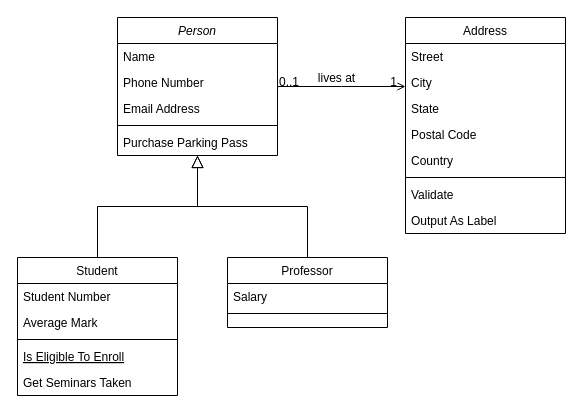
The draw.io diagram Projeto/Diagrama sem nome.drawio in gustavosilvamarques/S202-L1, before the edit. Source tidied: cells renumbered, new cells numbered last; positions are measured from the earlier drawing's top-left corner, leaving out a move shared by most shapes. Both pictures are drawn from the tidied source at 100%, with x=0, y=0 at pixel (17, 17).
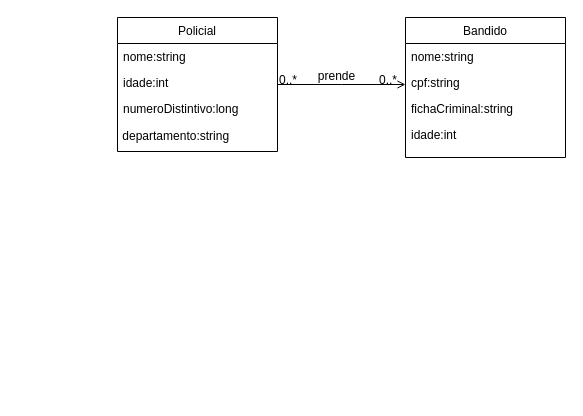
The same page after the edit.

Commit message:
Diagrama de Classes

Unchanged cells that the change refers to:
```xml
<mxCell id="28" style="endArrow=open;shadow=0;strokeWidth=1;rounded=0;endFill=1;edgeStyle=elbowEdgeStyle;elbow=vertical;" parent="1" edge="1" source="2" target="19">
  <mxGeometry x="0.5" y="41" relative="1" as="geometry">
    <mxPoint x="-40" y="32" as="offset" />
  </mxGeometry>
</mxCell>
```

Diff of the diagram source:
```diff
@@
-    <mxCell id="2" value="Person" style="swimlane;fontStyle=2;align=center;verticalAlign=top;horizontal=1;startSize=26;rounded=0;shadow=0;strokeWidth=1;" parent="1" vertex="1">
-      <mxGeometry x="100" width="160" height="138" as="geometry" />
+    <mxCell id="2" value="Policial" style="swimlane;fontStyle=0;align=center;verticalAlign=top;horizontal=1;startSize=26;rounded=0;shadow=0;strokeWidth=1;" parent="1" vertex="1">
+      <mxGeometry x="100" width="160" height="134" as="geometry" />
     </mxCell>
-    <mxCell id="3" value="Name" style="text;align=left;verticalAlign=top;spacingLeft=4;spacingRight=4;overflow=hidden;" parent="2" vertex="1">
+    <mxCell id="3" value="nome:string" style="text;align=left;verticalAlign=top;spacingLeft=4;spacingRight=4;overflow=hidden;" parent="2" vertex="1">
       <mxGeometry y="26" width="160" height="26" as="geometry" />
     </mxCell>
-    <mxCell id="4" value="Phone Number" style="text;align=left;verticalAlign=top;spacingLeft=4;spacingRight=4;overflow=hidden;rounded=0;shadow=0;html=0;" parent="2" vertex="1">
+    <mxCell id="4" value="idade:int" style="text;align=left;verticalAlign=top;spacingLeft=4;spacingRight=4;overflow=hidden;rounded=0;shadow=0;html=0;" parent="2" vertex="1">
       <mxGeometry y="52" width="160" height="26" as="geometry" />
     </mxCell>
-    <mxCell id="5" value="Email Address" style="text;align=left;verticalAlign=top;spacingLeft=4;spacingRight=4;overflow=hidden;rounded=0;shadow=0;html=0;" parent="2" vertex="1">
+    <mxCell id="5" value="numeroDistintivo:long" style="text;align=left;verticalAlign=top;spacingLeft=4;spacingRight=4;overflow=hidden;rounded=0;shadow=0;html=0;" parent="2" vertex="1">
       <mxGeometry y="78" width="160" height="26" as="geometry" />
     </mxCell>
-    <mxCell id="6" style="line;html=1;strokeWidth=1;align=left;verticalAlign=middle;spacingTop=-1;spacingLeft=3;spacingRight=3;labelPosition=right;" parent="2" vertex="1">
-      <mxGeometry y="104" width="160" height="8" as="geometry" />
-    </mxCell>
-    <mxCell id="7" value="Purchase Parking Pass" style="text;align=left;verticalAlign=top;spacingLeft=4;spacingRight=4;overflow=hidden;" parent="2" vertex="1">
-      <mxGeometry y="112" width="160" height="26" as="geometry" />
-    </mxCell>
-    <mxCell id="8" value="Student" style="swimlane;fontStyle=0;align=center;verticalAlign=top;horizontal=1;startSize=26;rounded=0;shadow=0;strokeWidth=1;" parent="1" vertex="1">
-      <mxGeometry y="240" width="160" height="138" as="geometry" />
-    </mxCell>
-    <mxCell id="9" value="Student Number" style="text;align=left;verticalAlign=top;spacingLeft=4;spacingRight=4;overflow=hidden;" parent="8" vertex="1">
-      <mxGeometry y="26" width="160" height="26" as="geometry" />
-    </mxCell>
-    <mxCell id="10" value="Average Mark" style="text;align=left;verticalAlign=top;spacingLeft=4;spacingRight=4;overflow=hidden;rounded=0;shadow=0;html=0;" parent="8" vertex="1">
-      <mxGeometry y="52" width="160" height="26" as="geometry" />
-    </mxCell>
-    <mxCell id="11" style="line;html=1;strokeWidth=1;align=left;verticalAlign=middle;spacingTop=-1;spacingLeft=3;spacingRight=3;labelPosition=right;" parent="8" vertex="1">
-      <mxGeometry y="78" width="160" height="8" as="geometry" />
-    </mxCell>
-    <mxCell id="12" value="Is Eligible To Enroll" style="text;align=left;verticalAlign=top;spacingLeft=4;spacingRight=4;overflow=hidden;fontStyle=4;" parent="8" vertex="1">
-      <mxGeometry y="86" width="160" height="26" as="geometry" />
-    </mxCell>
-    <mxCell id="13" value="Get Seminars Taken" style="text;align=left;verticalAlign=top;spacingLeft=4;spacingRight=4;overflow=hidden;" parent="8" vertex="1">
-      <mxGeometry y="112" width="160" height="26" as="geometry" />
-    </mxCell>
-    <mxCell id="14" style="endArrow=block;endSize=10;endFill=0;shadow=0;strokeWidth=1;rounded=0;edgeStyle=elbowEdgeStyle;elbow=vertical;" parent="1" edge="1" source="8" target="2">
-      <mxGeometry relative="1" as="geometry" />
-    </mxCell>
-    <mxCell id="15" value="Professor" style="swimlane;fontStyle=0;align=center;verticalAlign=top;horizontal=1;startSize=26;rounded=0;shadow=0;strokeWidth=1;" parent="1" vertex="1">
-      <mxGeometry x="210" y="240" width="160" height="70" as="geometry" />
-    </mxCell>
-    <mxCell id="16" value="Salary" style="text;align=left;verticalAlign=top;spacingLeft=4;spacingRight=4;overflow=hidden;" parent="15" vertex="1">
-      <mxGeometry y="26" width="160" height="26" as="geometry" />
-    </mxCell>
-    <mxCell id="17" style="line;html=1;strokeWidth=1;align=left;verticalAlign=middle;spacingTop=-1;spacingLeft=3;spacingRight=3;labelPosition=right;" parent="15" vertex="1">
-      <mxGeometry y="52" width="160" height="8" as="geometry" />
-    </mxCell>
-    <mxCell id="18" style="endArrow=block;endSize=10;endFill=0;shadow=0;strokeWidth=1;rounded=0;edgeStyle=elbowEdgeStyle;elbow=vertical;" parent="1" edge="1" source="15" target="2">
-      <mxGeometry relative="1" as="geometry" />
-    </mxCell>
+    <mxCell id="32" value="&amp;nbsp;departamento:string" style="text;strokeColor=none;align=left;fillColor=none;html=1;verticalAlign=middle;whiteSpace=wrap;rounded=0;" parent="2" vertex="1">
+      <mxGeometry y="104" width="160" height="30" as="geometry" />
+    </mxCell>
-    <mxCell id="19" value="Address" style="swimlane;fontStyle=0;align=center;verticalAlign=top;horizontal=1;startSize=26;rounded=0;shadow=0;strokeWidth=1;" parent="1" vertex="1">
-      <mxGeometry x="388" width="160" height="216" as="geometry" />
+    <mxCell id="19" value="Bandido" style="swimlane;fontStyle=0;align=center;verticalAlign=top;horizontal=1;startSize=26;rounded=0;shadow=0;strokeWidth=1;" parent="1" vertex="1">
+      <mxGeometry x="388" width="160" height="140" as="geometry" />
     </mxCell>
-    <mxCell id="20" value="Street" style="text;align=left;verticalAlign=top;spacingLeft=4;spacingRight=4;overflow=hidden;" parent="19" vertex="1">
+    <mxCell id="20" value="nome:string" style="text;align=left;verticalAlign=top;spacingLeft=4;spacingRight=4;overflow=hidden;" parent="19" vertex="1">
       <mxGeometry y="26" width="160" height="26" as="geometry" />
     </mxCell>
-    <mxCell id="21" value="City" style="text;align=left;verticalAlign=top;spacingLeft=4;spacingRight=4;overflow=hidden;rounded=0;shadow=0;html=0;" parent="19" vertex="1">
+    <mxCell id="21" value="cpf:string" style="text;align=left;verticalAlign=top;spacingLeft=4;spacingRight=4;overflow=hidden;rounded=0;shadow=0;html=0;" parent="19" vertex="1">
       <mxGeometry y="52" width="160" height="26" as="geometry" />
     </mxCell>
-    <mxCell id="22" value="State" style="text;align=left;verticalAlign=top;spacingLeft=4;spacingRight=4;overflow=hidden;rounded=0;shadow=0;html=0;" parent="19" vertex="1">
-      <mxGeometry y="78" width="160" height="26" as="geometry" />
-    </mxCell>
-    <mxCell id="23" value="Postal Code" style="text;align=left;verticalAlign=top;spacingLeft=4;spacingRight=4;overflow=hidden;rounded=0;shadow=0;html=0;" parent="19" vertex="1">
-      <mxGeometry y="104" width="160" height="26" as="geometry" />
+    <mxCell id="23" value="fichaCriminal:string" style="text;align=left;verticalAlign=top;spacingLeft=4;spacingRight=4;overflow=hidden;rounded=0;shadow=0;html=0;" parent="19" vertex="1">
+      <mxGeometry y="78" width="160" height="26" as="geometry" />
     </mxCell>
-    <mxCell id="24" value="Country" style="text;align=left;verticalAlign=top;spacingLeft=4;spacingRight=4;overflow=hidden;rounded=0;shadow=0;html=0;" parent="19" vertex="1">
-      <mxGeometry y="130" width="160" height="26" as="geometry" />
+    <mxCell id="24" value="idade:int" style="text;align=left;verticalAlign=top;spacingLeft=4;spacingRight=4;overflow=hidden;rounded=0;shadow=0;html=0;" parent="19" vertex="1">
+      <mxGeometry y="104" width="160" height="26" as="geometry" />
     </mxCell>
-    <mxCell id="25" style="line;html=1;strokeWidth=1;align=left;verticalAlign=middle;spacingTop=-1;spacingLeft=3;spacingRight=3;labelPosition=right;" parent="19" vertex="1">
-      <mxGeometry y="156" width="160" height="8" as="geometry" />
-    </mxCell>
-    <mxCell id="26" value="Validate" style="text;align=left;verticalAlign=top;spacingLeft=4;spacingRight=4;overflow=hidden;" parent="19" vertex="1">
-      <mxGeometry y="164" width="160" height="26" as="geometry" />
-    </mxCell>
-    <mxCell id="27" value="Output As Label" style="text;align=left;verticalAlign=top;spacingLeft=4;spacingRight=4;overflow=hidden;" parent="19" vertex="1">
-      <mxGeometry y="190" width="160" height="26" as="geometry" />
-    </mxCell>
@@
-    <mxCell id="29" value="0..1" style="align=left;verticalAlign=bottom;labelBackgroundColor=none;fontSize=12;" parent="28" vertex="1">
+    <mxCell id="29" value="0..*" style="align=left;verticalAlign=bottom;labelBackgroundColor=none;fontSize=12;" parent="28" vertex="1">
       <mxGeometry x="-1" relative="1" as="geometry">
         <mxPoint y="4" as="offset" />
       </mxGeometry>
     </mxCell>
-    <mxCell id="30" value="1" style="align=right;verticalAlign=bottom;labelBackgroundColor=none;fontSize=12;" parent="28" vertex="1">
+    <mxCell id="30" value="0..*" style="align=right;verticalAlign=bottom;labelBackgroundColor=none;fontSize=12;" parent="28" vertex="1">
       <mxGeometry x="1" relative="1" as="geometry">
         <mxPoint x="-7" y="4" as="offset" />
       </mxGeometry>
     </mxCell>
-    <mxCell id="31" value="lives at" style="text;html=1;align=center;verticalAlign=middle;labelBackgroundColor=none;rounded=0;shadow=0;strokeWidth=1;fontSize=12;" parent="28" vertex="1">
+    <mxCell id="31" value="prende" style="text;html=1;align=center;verticalAlign=middle;labelBackgroundColor=none;rounded=0;shadow=0;strokeWidth=1;fontSize=12;" parent="28" vertex="1">
       <mxGeometry x="0.5" y="49" relative="1" as="geometry">
         <mxPoint x="-38" y="40" as="offset" />
       </mxGeometry>
     </mxCell>
```
